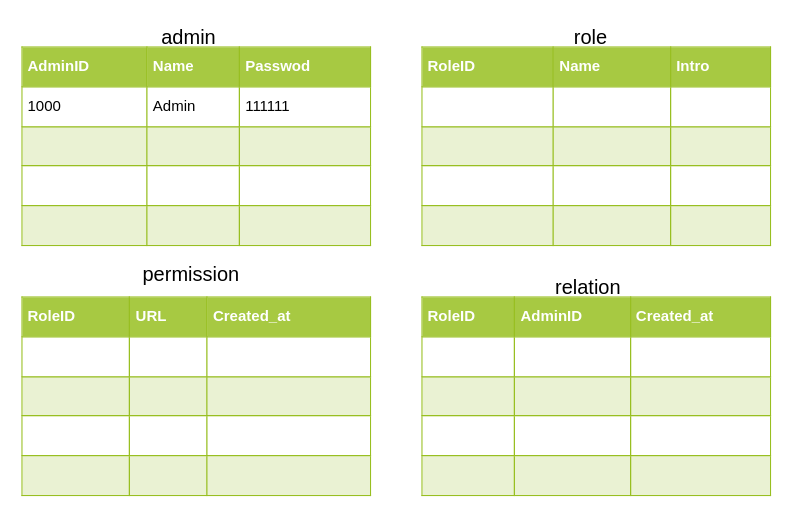
The draw.io diagram Untitled Diagram.drawio in yangchengkai1/draw.io, before the edit. Source tidied: cells renumbered, new cells numbered last; positions are measured from the earlier drawing's top-left corner, leaving out a move shared by most shapes. Both pictures are drawn from the tidied source at 125%, with x=0, y=0 at pixel (21, 21).
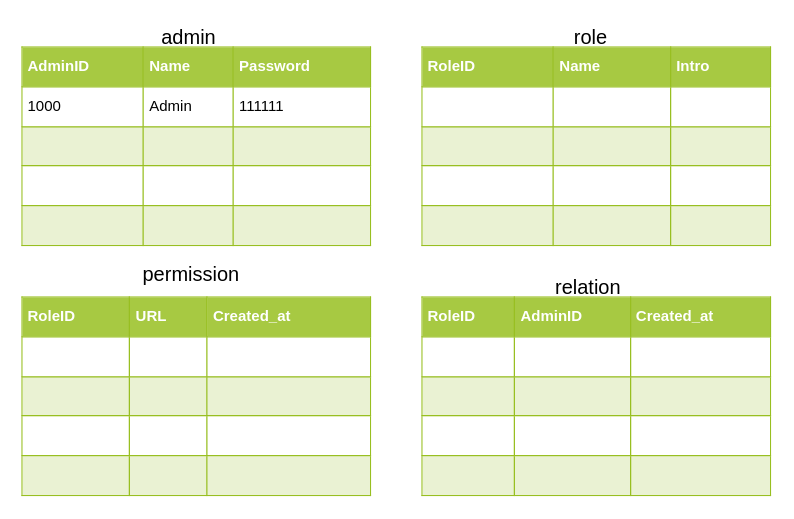
The same page after the edit.

What changed in the source:
```diff
@@
 <mxGraphModel>
   <root>
     <mxCell id="0" />
     <mxCell id="1" parent="0" />
-    <mxCell id="2" value="&lt;table border=&quot;1&quot; width=&quot;100%&quot; cellpadding=&quot;4&quot; style=&quot;width: 100% ; height: 100% ; border-collapse: collapse&quot;&gt;&lt;tbody&gt;&lt;tr style=&quot;background-color: #a7c942 ; color: #ffffff ; border: 1px solid #98bf21&quot;&gt;&lt;th align=&quot;left&quot;&gt;AdminID&lt;/th&gt;&lt;th align=&quot;left&quot;&gt;Name&lt;/th&gt;&lt;th align=&quot;left&quot;&gt;Passwod&lt;/th&gt;&lt;/tr&gt;&lt;tr style=&quot;border: 1px solid #98bf21&quot;&gt;&lt;td&gt;1000&lt;/td&gt;&lt;td&gt;Admin&lt;/td&gt;&lt;td&gt;111111&lt;/td&gt;&lt;/tr&gt;&lt;tr style=&quot;background-color: #eaf2d3 ; border: 1px solid #98bf21&quot;&gt;&lt;td&gt;&lt;br&gt;&lt;/td&gt;&lt;td&gt;&lt;br&gt;&lt;/td&gt;&lt;td&gt;&lt;br&gt;&lt;/td&gt;&lt;/tr&gt;&lt;tr style=&quot;border: 1px solid #98bf21&quot;&gt;&lt;td&gt;&lt;br&gt;&lt;/td&gt;&lt;td&gt;&lt;br&gt;&lt;/td&gt;&lt;td&gt;&lt;br&gt;&lt;/td&gt;&lt;/tr&gt;&lt;tr style=&quot;background-color: #eaf2d3 ; border: 1px solid #98bf21&quot;&gt;&lt;td&gt;&lt;br&gt;&lt;/td&gt;&lt;td&gt;&lt;br&gt;&lt;/td&gt;&lt;td&gt;&lt;br&gt;&lt;/td&gt;&lt;/tr&gt;&lt;/tbody&gt;&lt;/table&gt;" style="text;html=1;overflow=fill;rounded=0;strokeColor=#FFFFFF;fillColor=#FFFFFF;" parent="1" vertex="1">
+    <mxCell id="2" value="&lt;table border=&quot;1&quot; width=&quot;100%&quot; cellpadding=&quot;4&quot; style=&quot;width: 100% ; height: 100% ; border-collapse: collapse&quot;&gt;&lt;tbody&gt;&lt;tr style=&quot;background-color: #a7c942 ; color: #ffffff ; border: 1px solid #98bf21&quot;&gt;&lt;th align=&quot;left&quot;&gt;AdminID&lt;/th&gt;&lt;th align=&quot;left&quot;&gt;Name&lt;/th&gt;&lt;th align=&quot;left&quot;&gt;Password&lt;/th&gt;&lt;/tr&gt;&lt;tr style=&quot;border: 1px solid #98bf21&quot;&gt;&lt;td&gt;1000&lt;/td&gt;&lt;td&gt;Admin&lt;/td&gt;&lt;td&gt;111111&lt;/td&gt;&lt;/tr&gt;&lt;tr style=&quot;background-color: #eaf2d3 ; border: 1px solid #98bf21&quot;&gt;&lt;td&gt;&lt;br&gt;&lt;/td&gt;&lt;td&gt;&lt;br&gt;&lt;/td&gt;&lt;td&gt;&lt;br&gt;&lt;/td&gt;&lt;/tr&gt;&lt;tr style=&quot;border: 1px solid #98bf21&quot;&gt;&lt;td&gt;&lt;br&gt;&lt;/td&gt;&lt;td&gt;&lt;br&gt;&lt;/td&gt;&lt;td&gt;&lt;br&gt;&lt;/td&gt;&lt;/tr&gt;&lt;tr style=&quot;background-color: #eaf2d3 ; border: 1px solid #98bf21&quot;&gt;&lt;td&gt;&lt;br&gt;&lt;/td&gt;&lt;td&gt;&lt;br&gt;&lt;/td&gt;&lt;td&gt;&lt;br&gt;&lt;/td&gt;&lt;/tr&gt;&lt;/tbody&gt;&lt;/table&gt;" style="text;html=1;overflow=fill;rounded=0;strokeColor=#FFFFFF;fillColor=#FFFFFF;" parent="1" vertex="1">
       <mxGeometry y="20" width="280" height="160" as="geometry" />
     </mxCell>
     <mxCell id="3" value="&lt;font style=&quot;font-size: 16px&quot;&gt;admin&lt;/font&gt;" style="text;html=1;align=left;verticalAlign=top;spacingTop=-4;" parent="1" vertex="1">
       <mxGeometry x="110" width="60" height="20" as="geometry" />
     </mxCell>
     <mxCell id="4" value="&lt;table border=&quot;1&quot; width=&quot;100%&quot; cellpadding=&quot;4&quot; style=&quot;width: 100% ; height: 100% ; border-collapse: collapse&quot;&gt;&lt;tbody&gt;&lt;tr style=&quot;background-color: #a7c942 ; color: #ffffff ; border: 1px solid #98bf21&quot;&gt;&lt;th align=&quot;left&quot;&gt;RoleID&lt;/th&gt;&lt;th align=&quot;left&quot;&gt;Name&lt;/th&gt;&lt;th align=&quot;left&quot;&gt;Intro&lt;/th&gt;&lt;/tr&gt;&lt;tr style=&quot;border: 1px solid #98bf21&quot;&gt;&lt;td&gt;&lt;br&gt;&lt;/td&gt;&lt;td&gt;&lt;br&gt;&lt;/td&gt;&lt;td&gt;&lt;br&gt;&lt;/td&gt;&lt;/tr&gt;&lt;tr style=&quot;background-color: #eaf2d3 ; border: 1px solid #98bf21&quot;&gt;&lt;td&gt;&lt;br&gt;&lt;/td&gt;&lt;td&gt;&lt;br&gt;&lt;/td&gt;&lt;td&gt;&lt;br&gt;&lt;/td&gt;&lt;/tr&gt;&lt;tr style=&quot;border: 1px solid #98bf21&quot;&gt;&lt;td&gt;&lt;br&gt;&lt;/td&gt;&lt;td&gt;&lt;br&gt;&lt;/td&gt;&lt;td&gt;&lt;br&gt;&lt;/td&gt;&lt;/tr&gt;&lt;tr style=&quot;background-color: #eaf2d3 ; border: 1px solid #98bf21&quot;&gt;&lt;td&gt;&lt;br&gt;&lt;/td&gt;&lt;td&gt;&lt;br&gt;&lt;/td&gt;&lt;td&gt;&lt;br&gt;&lt;/td&gt;&lt;/tr&gt;&lt;/tbody&gt;&lt;/table&gt;" style="text;html=1;overflow=fill;rounded=0;strokeColor=#FFFFFF;fillColor=#FFFFFF;" parent="1" vertex="1">
       <mxGeometry x="320" y="20" width="280" height="160" as="geometry" />
     </mxCell>
     <mxCell id="5" value="&lt;font style=&quot;font-size: 16px&quot;&gt;role&lt;/font&gt;" style="text;html=1;align=left;verticalAlign=top;spacingTop=-4;" parent="1" vertex="1">
       <mxGeometry x="440" width="40" height="20" as="geometry" />
     </mxCell>
     <mxCell id="6" value="&lt;table border=&quot;1&quot; width=&quot;100%&quot; cellpadding=&quot;4&quot; style=&quot;width: 100% ; height: 100% ; border-collapse: collapse&quot;&gt;&lt;tbody&gt;&lt;tr style=&quot;background-color: #a7c942 ; color: #ffffff ; border: 1px solid #98bf21&quot;&gt;&lt;th align=&quot;left&quot;&gt;&lt;font style=&quot;font-size: 12px&quot;&gt;RoleID&lt;/font&gt;&lt;/th&gt;&lt;th align=&quot;left&quot;&gt;&lt;font style=&quot;font-size: 12px&quot;&gt;URL&lt;/font&gt;&lt;/th&gt;&lt;th align=&quot;left&quot;&gt;&lt;div&gt;&lt;span&gt;&lt;font style=&quot;font-size: 12px&quot;&gt;Created_at&lt;/font&gt;&lt;/span&gt;&lt;/div&gt;&lt;/th&gt;&lt;/tr&gt;&lt;tr style=&quot;border: 1px solid #98bf21&quot;&gt;&lt;td&gt;&lt;font style=&quot;font-size: 12px&quot;&gt;&lt;br&gt;&lt;/font&gt;&lt;/td&gt;&lt;td&gt;&lt;font style=&quot;font-size: 12px&quot;&gt;&lt;br&gt;&lt;/font&gt;&lt;/td&gt;&lt;td&gt;&lt;font style=&quot;font-size: 12px&quot;&gt;&lt;br&gt;&lt;/font&gt;&lt;/td&gt;&lt;/tr&gt;&lt;tr style=&quot;background-color: #eaf2d3 ; border: 1px solid #98bf21&quot;&gt;&lt;td&gt;&lt;font style=&quot;font-size: 12px&quot;&gt;&lt;br&gt;&lt;/font&gt;&lt;/td&gt;&lt;td&gt;&lt;font style=&quot;font-size: 12px&quot;&gt;&lt;br&gt;&lt;/font&gt;&lt;/td&gt;&lt;td&gt;&lt;font style=&quot;font-size: 12px&quot;&gt;&lt;br&gt;&lt;/font&gt;&lt;/td&gt;&lt;/tr&gt;&lt;tr style=&quot;border: 1px solid #98bf21&quot;&gt;&lt;td&gt;&lt;font style=&quot;font-size: 12px&quot;&gt;&lt;br&gt;&lt;/font&gt;&lt;/td&gt;&lt;td&gt;&lt;font style=&quot;font-size: 12px&quot;&gt;&lt;br&gt;&lt;/font&gt;&lt;/td&gt;&lt;td&gt;&lt;font style=&quot;font-size: 12px&quot;&gt;&lt;br&gt;&lt;/font&gt;&lt;/td&gt;&lt;/tr&gt;&lt;tr style=&quot;background-color: #eaf2d3 ; border: 1px solid #98bf21&quot;&gt;&lt;td&gt;&lt;font style=&quot;font-size: 12px&quot;&gt;&lt;br&gt;&lt;/font&gt;&lt;/td&gt;&lt;td&gt;&lt;font style=&quot;font-size: 12px&quot;&gt;&lt;br&gt;&lt;/font&gt;&lt;/td&gt;&lt;td&gt;&lt;font style=&quot;font-size: 12px&quot;&gt;&lt;br&gt;&lt;/font&gt;&lt;/td&gt;&lt;/tr&gt;&lt;/tbody&gt;&lt;/table&gt;" style="text;html=1;overflow=fill;rounded=0;strokeColor=#FFFFFF;fillColor=#FFFFFF;" parent="1" vertex="1">
       <mxGeometry y="220" width="280" height="160" as="geometry" />
     </mxCell>
     <mxCell id="7" value="&lt;font style=&quot;font-size: 16px&quot;&gt;permission&lt;/font&gt;" style="text;html=1;align=left;verticalAlign=top;spacingTop=-4;" parent="1" vertex="1">
       <mxGeometry x="95" y="190" width="90" height="20" as="geometry" />
     </mxCell>
     <mxCell id="8" value="&lt;table border=&quot;1&quot; width=&quot;100%&quot; cellpadding=&quot;4&quot; style=&quot;width: 100% ; height: 100% ; border-collapse: collapse&quot;&gt;&lt;tbody&gt;&lt;tr style=&quot;background-color: #a7c942 ; color: #ffffff ; border: 1px solid #98bf21&quot;&gt;&lt;th align=&quot;left&quot;&gt;&lt;font style=&quot;font-size: 12px&quot;&gt;RoleID&lt;/font&gt;&lt;/th&gt;&lt;th align=&quot;left&quot;&gt;AdminID&lt;/th&gt;&lt;th align=&quot;left&quot;&gt;&lt;div&gt;&lt;span&gt;&lt;font style=&quot;font-size: 12px&quot;&gt;Created_at&lt;/font&gt;&lt;/span&gt;&lt;/div&gt;&lt;/th&gt;&lt;/tr&gt;&lt;tr style=&quot;border: 1px solid #98bf21&quot;&gt;&lt;td&gt;&lt;font style=&quot;font-size: 12px&quot;&gt;&lt;br&gt;&lt;/font&gt;&lt;/td&gt;&lt;td&gt;&lt;font style=&quot;font-size: 12px&quot;&gt;&lt;br&gt;&lt;/font&gt;&lt;/td&gt;&lt;td&gt;&lt;font style=&quot;font-size: 12px&quot;&gt;&lt;br&gt;&lt;/font&gt;&lt;/td&gt;&lt;/tr&gt;&lt;tr style=&quot;background-color: #eaf2d3 ; border: 1px solid #98bf21&quot;&gt;&lt;td&gt;&lt;font style=&quot;font-size: 12px&quot;&gt;&lt;br&gt;&lt;/font&gt;&lt;/td&gt;&lt;td&gt;&lt;font style=&quot;font-size: 12px&quot;&gt;&lt;br&gt;&lt;/font&gt;&lt;/td&gt;&lt;td&gt;&lt;font style=&quot;font-size: 12px&quot;&gt;&lt;br&gt;&lt;/font&gt;&lt;/td&gt;&lt;/tr&gt;&lt;tr style=&quot;border: 1px solid #98bf21&quot;&gt;&lt;td&gt;&lt;font style=&quot;font-size: 12px&quot;&gt;&lt;br&gt;&lt;/font&gt;&lt;/td&gt;&lt;td&gt;&lt;font style=&quot;font-size: 12px&quot;&gt;&lt;br&gt;&lt;/font&gt;&lt;/td&gt;&lt;td&gt;&lt;font style=&quot;font-size: 12px&quot;&gt;&lt;br&gt;&lt;/font&gt;&lt;/td&gt;&lt;/tr&gt;&lt;tr style=&quot;background-color: #eaf2d3 ; border: 1px solid #98bf21&quot;&gt;&lt;td&gt;&lt;font style=&quot;font-size: 12px&quot;&gt;&lt;br&gt;&lt;/font&gt;&lt;/td&gt;&lt;td&gt;&lt;font style=&quot;font-size: 12px&quot;&gt;&lt;br&gt;&lt;/font&gt;&lt;/td&gt;&lt;td&gt;&lt;font style=&quot;font-size: 12px&quot;&gt;&lt;br&gt;&lt;/font&gt;&lt;/td&gt;&lt;/tr&gt;&lt;/tbody&gt;&lt;/table&gt;" style="text;html=1;overflow=fill;rounded=0;strokeColor=#FFFFFF;fillColor=#FFFFFF;" parent="1" vertex="1">
       <mxGeometry x="320" y="220" width="280" height="160" as="geometry" />
     </mxCell>
     <mxCell id="9" value="&lt;font style=&quot;font-size: 16px&quot;&gt;relation&lt;/font&gt;" style="text;html=1;align=left;verticalAlign=top;spacingTop=-4;" parent="1" vertex="1">
       <mxGeometry x="425" y="200" width="70" height="20" as="geometry" />
     </mxCell>
   </root>
 </mxGraphModel>
```
